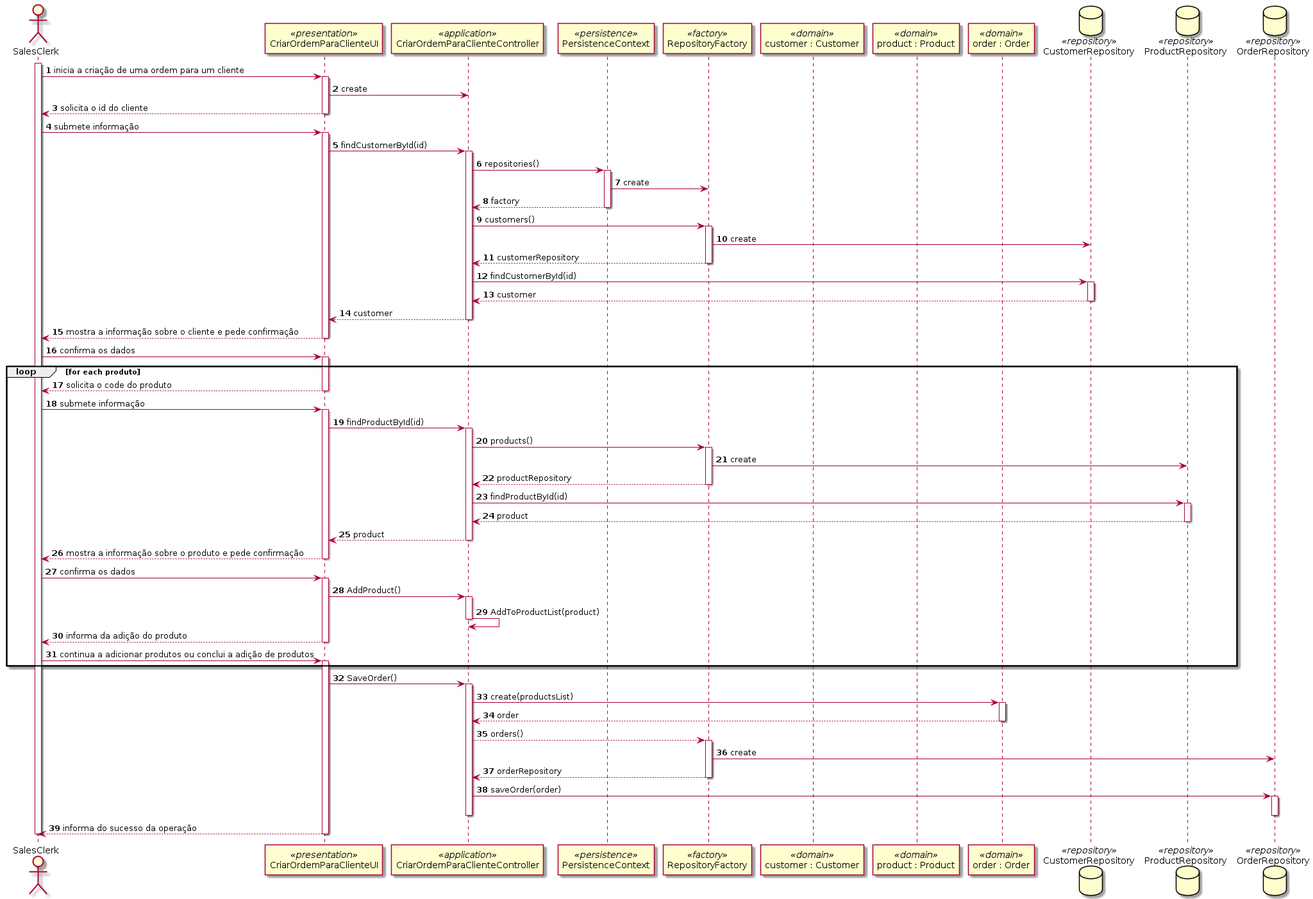
The PlantUML diagram Documentação/1190679/US1004/1004_SD.png in 1190772/LAB-Project-4, before a commit.
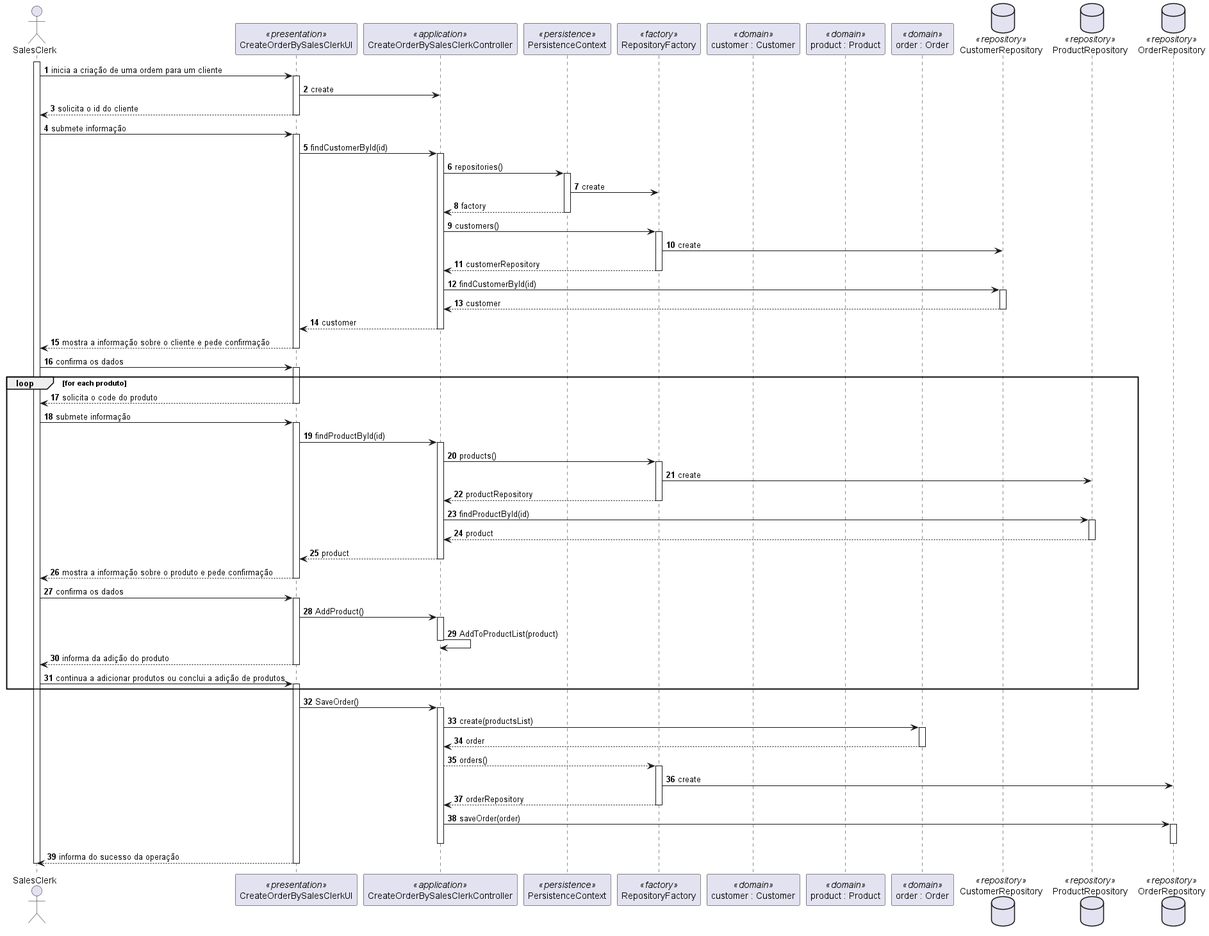
After the commit.

Diff of the diagram source:
```diff
@@ -1,8 +1,8 @@
 @startuml
 autonumber
 actor "SalesClerk" as SC
-participant "CriarOrdemParaClienteUI" as UI <<presentation>>
-participant "CriarOrdemParaClienteController" as CTRL <<application>>
+participant "CreateOrderBySalesClerkUI" as UI <<presentation>>
+participant "CreateOrderBySalesClerkController" as CTRL <<application>>
 participant PersistenceContext as PER <<persistence>>
 participant "RepositoryFactory" as REPOFACT <<factory>>
 participant "customer : Customer" as CUST <<domain>>
@@ -95,4 +95,5 @@
 deactivate UI
 
 deactivate SC
+
 @enduml
```
